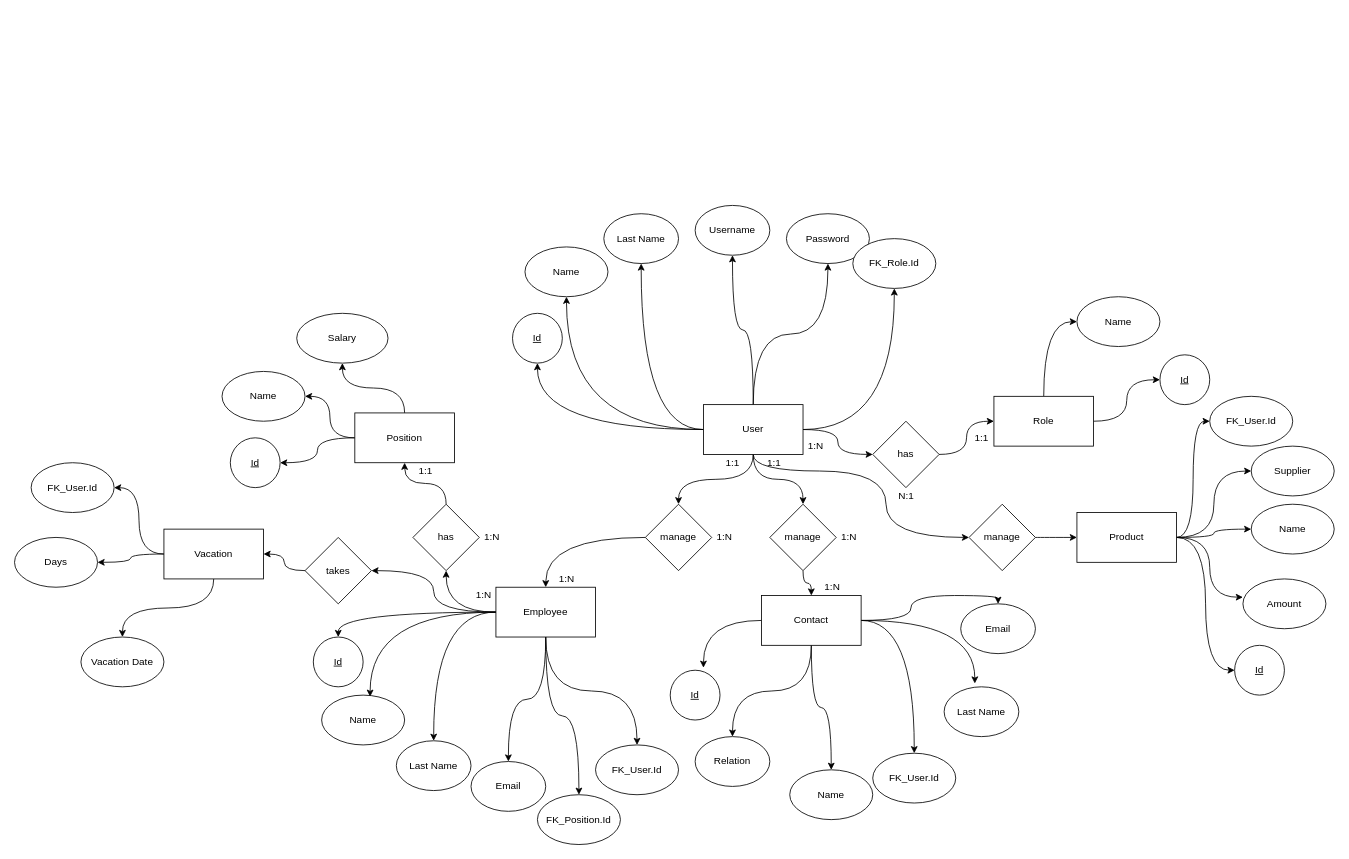
Above: der.drawio in daniel-medrano/crm_web (draw.io), before the change. Source tidied: cells renumbered, new cells numbered last; positions are measured from the earlier drawing's top-left corner, leaving out a move shared by most shapes. Both pictures are drawn from the tidied source at 83%, with x=0, y=0 at pixel (14, 205).
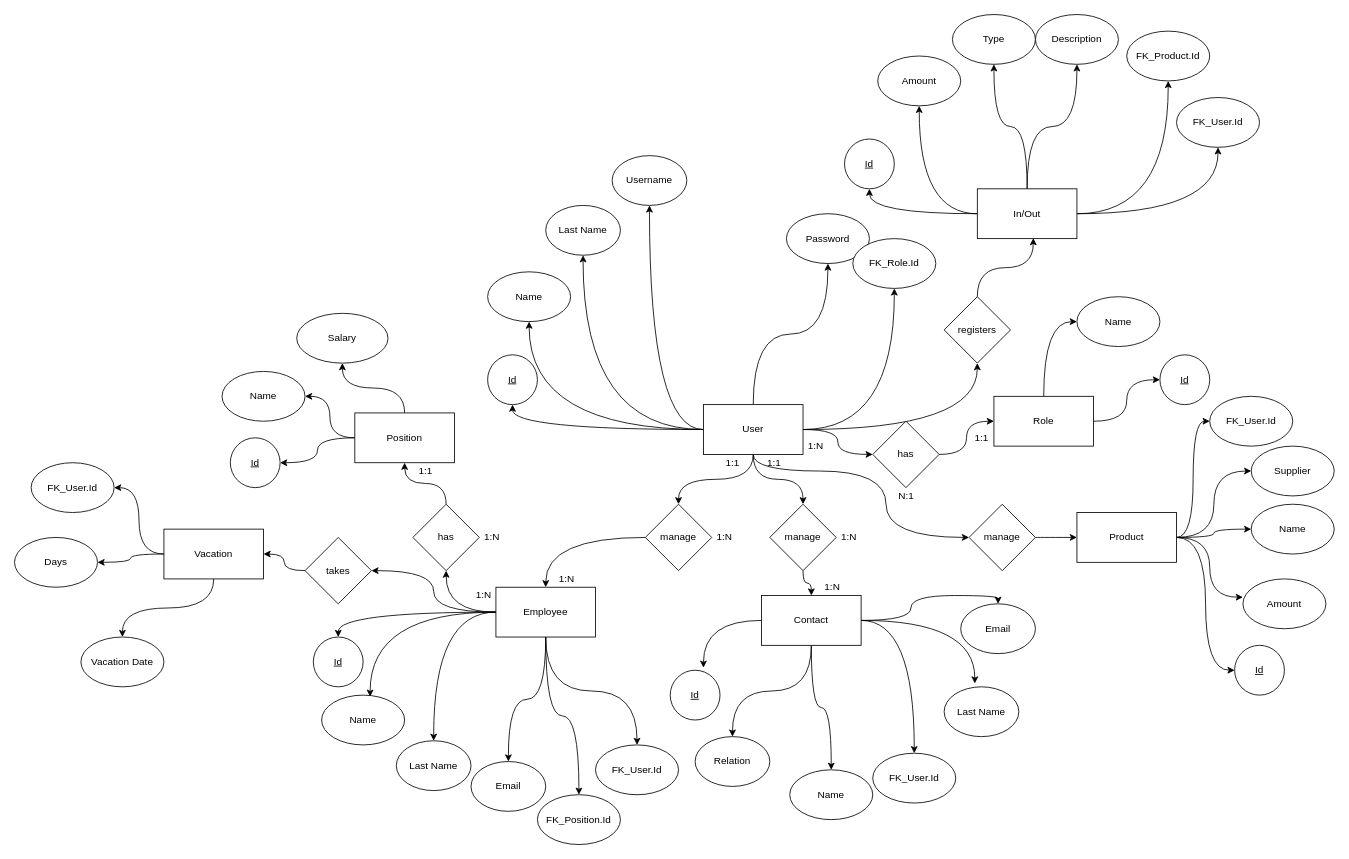
The same diagram, later.

The change refers to these unchanged cells:
```xml
<mxCell id="12" value="User" style="whiteSpace=wrap;html=1;" parent="1" vertex="1">
  <mxGeometry x="830" y="240" width="120" height="60" as="geometry" />
</mxCell>
```

Diff of the diagram source:
```diff
@@
+    <mxCell id="105" style="edgeStyle=orthogonalEdgeStyle;curved=1;html=1;entryX=0.5;entryY=1;entryDx=0;entryDy=0;" parent="1" edge="1" source="12" target="120">
+      <mxGeometry relative="1" as="geometry" />
+    </mxCell>
@@
     <mxCell id="21" value="Id" style="ellipse;whiteSpace=wrap;html=1;fontStyle=4;" parent="1" vertex="1">
-      <mxGeometry x="600" y="130" width="60" height="60" as="geometry" />
+      <mxGeometry x="570" y="180" width="60" height="60" as="geometry" />
     </mxCell>
     <mxCell id="22" value="Name" style="ellipse;whiteSpace=wrap;html=1;" parent="1" vertex="1">
-      <mxGeometry x="615" y="50" width="100" height="60" as="geometry" />
+      <mxGeometry x="570" y="80" width="100" height="60" as="geometry" />
     </mxCell>
     <mxCell id="23" value="Last Name" style="ellipse;whiteSpace=wrap;html=1;" parent="1" vertex="1">
-      <mxGeometry x="710" y="10" width="90" height="60" as="geometry" />
+      <mxGeometry x="640" width="90" height="60" as="geometry" />
     </mxCell>
     <mxCell id="24" value="Username" style="ellipse;whiteSpace=wrap;html=1;" parent="1" vertex="1">
-      <mxGeometry x="820" width="90" height="60" as="geometry" />
+      <mxGeometry x="720" y="-60" width="90" height="60" as="geometry" />
     </mxCell>
@@
+    <mxCell id="106" style="edgeStyle=orthogonalEdgeStyle;html=1;entryX=0.5;entryY=1;entryDx=0;entryDy=0;curved=1;" parent="1" edge="1" source="112" target="113">
+      <mxGeometry relative="1" as="geometry" />
+    </mxCell>
+    <mxCell id="107" style="edgeStyle=orthogonalEdgeStyle;curved=1;html=1;entryX=0.5;entryY=1;entryDx=0;entryDy=0;" parent="1" edge="1" source="112" target="114">
+      <mxGeometry relative="1" as="geometry" />
+    </mxCell>
+    <mxCell id="108" style="edgeStyle=orthogonalEdgeStyle;curved=1;html=1;entryX=0.5;entryY=1;entryDx=0;entryDy=0;" parent="1" edge="1" source="112" target="115">
+      <mxGeometry relative="1" as="geometry" />
+    </mxCell>
+    <mxCell id="109" style="edgeStyle=orthogonalEdgeStyle;curved=1;html=1;entryX=0.5;entryY=1;entryDx=0;entryDy=0;" parent="1" edge="1" source="112" target="116">
+      <mxGeometry relative="1" as="geometry" />
+    </mxCell>
+    <mxCell id="110" style="edgeStyle=orthogonalEdgeStyle;curved=1;html=1;entryX=0.5;entryY=1;entryDx=0;entryDy=0;" parent="1" edge="1" source="112" target="117">
+      <mxGeometry relative="1" as="geometry" />
+    </mxCell>
+    <mxCell id="111" style="edgeStyle=orthogonalEdgeStyle;curved=1;html=1;entryX=0.5;entryY=1;entryDx=0;entryDy=0;" parent="1" edge="1" source="112" target="118">
+      <mxGeometry relative="1" as="geometry" />
+    </mxCell>
+    <mxCell id="112" value="In/Out" style="whiteSpace=wrap;html=1;" parent="1" vertex="1">
+      <mxGeometry x="1160" y="-20" width="120" height="60" as="geometry" />
+    </mxCell>
+    <mxCell id="113" value="Amount" style="ellipse;whiteSpace=wrap;html=1;" parent="1" vertex="1">
+      <mxGeometry x="1040" y="-180" width="100" height="60" as="geometry" />
+    </mxCell>
+    <mxCell id="114" value="Type" style="ellipse;whiteSpace=wrap;html=1;" parent="1" vertex="1">
+      <mxGeometry x="1130" y="-230" width="100" height="60" as="geometry" />
+    </mxCell>
+    <mxCell id="115" value="Id" style="ellipse;whiteSpace=wrap;html=1;fontStyle=4;" parent="1" vertex="1">
+      <mxGeometry x="1000" y="-80" width="60" height="60" as="geometry" />
+    </mxCell>
+    <mxCell id="116" value="Description" style="ellipse;whiteSpace=wrap;html=1;" parent="1" vertex="1">
+      <mxGeometry x="1230" y="-230" width="100" height="60" as="geometry" />
+    </mxCell>
+    <mxCell id="117" value="FK_Product.Id" style="ellipse;whiteSpace=wrap;html=1;" parent="1" vertex="1">
+      <mxGeometry x="1340" y="-210" width="100" height="60" as="geometry" />
+    </mxCell>
+    <mxCell id="118" value="FK_User.Id" style="ellipse;whiteSpace=wrap;html=1;" parent="1" vertex="1">
+      <mxGeometry x="1400" y="-130" width="100" height="60" as="geometry" />
+    </mxCell>
+    <mxCell id="119" style="edgeStyle=orthogonalEdgeStyle;curved=1;html=1;entryX=0.562;entryY=0.99;entryDx=0;entryDy=0;entryPerimeter=0;" parent="1" edge="1" source="120" target="112">
+      <mxGeometry relative="1" as="geometry" />
+    </mxCell>
+    <mxCell id="120" value="registers" style="rhombus;whiteSpace=wrap;html=1;" parent="1" vertex="1">
+      <mxGeometry x="1120" y="110" width="80" height="80" as="geometry" />
+    </mxCell>
```
